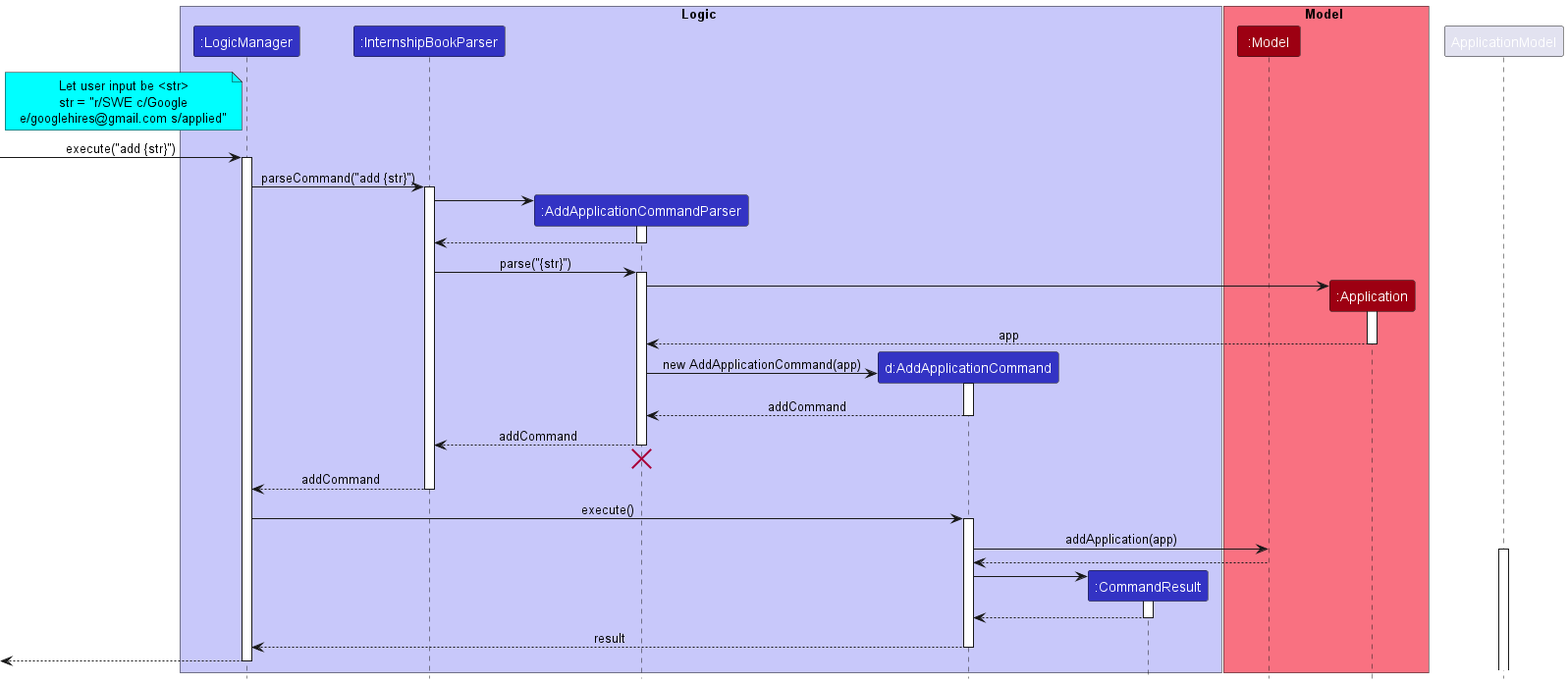
This is docs/images/AddApplicationSequenceDiagram.png from nus-cs2103-AY2223S2/tp, a PlantUML export, as it was before one commit. The source it was exported from:
```plantuml
@startuml
!include style.puml

box Logic LOGIC_COLOR_T1
participant ":LogicManager" as LogicManager LOGIC_COLOR
participant ":InternshipBookParser" as InternshipBookParser LOGIC_COLOR
participant ":AddApplicationCommandParser" as AddApplicationCommandParser LOGIC_COLOR
participant "d:AddApplicationCommand" as AddApplicationCommand LOGIC_COLOR
participant ":CommandResult" as CommandResult LOGIC_COLOR
end box

box Model MODEL_COLOR_T1
participant ":Model" as Model MODEL_COLOR
participant ":Application" as Application MODEL_COLOR
end box

note left of LogicManager #aqua
Let user input be <str>
str = "r/SWE c/Google
e/googlehires@gmail.com s/applied"
end note

[-> LogicManager : execute("add {str}")
activate LogicManager

LogicManager -> InternshipBookParser : parseCommand("add {str}")
activate InternshipBookParser

create AddApplicationCommandParser
InternshipBookParser -> AddApplicationCommandParser
activate AddApplicationCommandParser

AddApplicationCommandParser --> InternshipBookParser
deactivate AddApplicationCommandParser

InternshipBookParser -> AddApplicationCommandParser : parse("{str}")
activate AddApplicationCommandParser

create Application
AddApplicationCommandParser -> Application
activate Application

Application --> AddApplicationCommandParser : app
deactivate Application

create AddApplicationCommand
AddApplicationCommandParser -> AddApplicationCommand : new AddApplicationCommand(app)
activate AddApplicationCommand

AddApplicationCommand --> AddApplicationCommandParser : addCommand
deactivate AddApplicationCommand

AddApplicationCommandParser --> InternshipBookParser : addCommand
deactivate AddApplicationCommandParser
AddApplicationCommandParser -[hidden]-> InternshipBookParser
destroy AddApplicationCommandParser

InternshipBookParser --> LogicManager : addCommand
deactivate InternshipBookParser

LogicManager -> AddApplicationCommand : execute()
activate AddApplicationCommand

AddApplicationCommand -> Model : addApplication(app)
activate ApplicationModel

Model --> AddApplicationCommand
deactivate Model

create CommandResult
AddApplicationCommand -> CommandResult
activate CommandResult

CommandResult --> AddApplicationCommand
deactivate CommandResult

AddApplicationCommand --> LogicManager : result
deactivate AddApplicationCommand

[<--LogicManager
deactivate LogicManager

@enduml
```
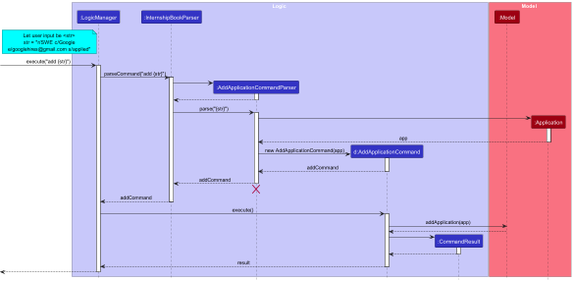
Later version of the same file.

What changed in the source:
```diff
@@ -62,7 +62,6 @@
 activate AddApplicationCommand
 
 AddApplicationCommand -> Model : addApplication(app)
-activate ApplicationModel
 
 Model --> AddApplicationCommand
 deactivate Model
```
